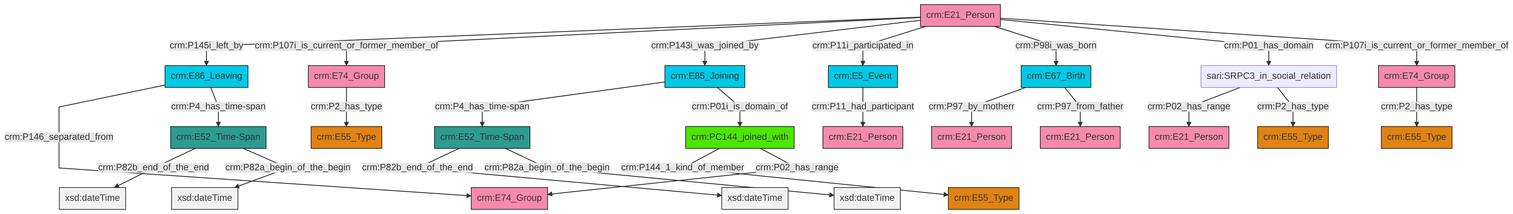
swiss-art-research-net/docs.swissartresearch keeps this Mermaid diagram as et/personCSV/ttl/mmd/png/Person_Actor_Relations.png. Above is the earlier version. Its source is kept beside it as et/personCSV/ttl/mmd/Person_Actor_Relations.ttl.mmd.
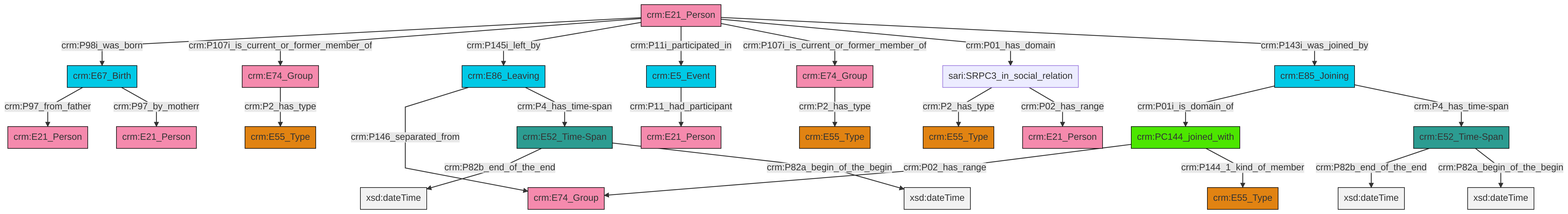
After the commit.

The edit, as a diff of the source:
```diff
@@ -13,27 +13,27 @@
 classDef PC_Classes fill:#4ce600, stroke:#000000;
 classDef Multi fill:#cccccc,stroke:#000000;
 
-0["crm:E52_Time-Span"]:::Time-Span -->|crm:P82b_end_of_the_end| 1[xsd:dateTime]:::Literal
-4["crm:E86_Leaving"]:::Temporal_Entity -->|crm:P146_separated_from| 5["crm:E74_Group"]:::Actor
-8["sari:SRPC3_in_social_relation"]:::Default -->|crm:P02_has_range| 6["crm:E21_Person"]:::Actor
-2["crm:E74_Group"]:::Actor -->|crm:P2_has_type| 14["crm:E55_Type"]:::Type
-20["crm:E21_Person"]:::Actor -->|crm:P145i_left_by| 4["crm:E86_Leaving"]:::Temporal_Entity
-21["crm:E74_Group"]:::Actor -->|crm:P2_has_type| 17["crm:E55_Type"]:::Type
-0["crm:E52_Time-Span"]:::Time-Span -->|crm:P82a_begin_of_the_begin| 22[xsd:dateTime]:::Literal
-20["crm:E21_Person"]:::Actor -->|crm:P107i_is_current_or_former_member_of| 2["crm:E74_Group"]:::Actor
-23["crm:PC144_joined_with"]:::PC_Classes -->|crm:P144_1_kind_of_member| 9["crm:E55_Type"]:::Type
-25["crm:E52_Time-Span"]:::Time-Span -->|crm:P82b_end_of_the_end| 27[xsd:dateTime]:::Literal
-28["crm:E85_Joining"]:::Temporal_Entity -->|crm:P4_has_time-span| 25["crm:E52_Time-Span"]:::Time-Span
-29["crm:E67_Birth"]:::Temporal_Entity -->|crm:P97_by_motherr| 30["crm:E21_Person"]:::Actor
-20["crm:E21_Person"]:::Actor -->|crm:P143i_was_joined_by| 28["crm:E85_Joining"]:::Temporal_Entity
-8["sari:SRPC3_in_social_relation"]:::Default -->|crm:P2_has_type| 37["crm:E55_Type"]:::Type
-25["crm:E52_Time-Span"]:::Time-Span -->|crm:P82a_begin_of_the_begin| 40[xsd:dateTime]:::Literal
-20["crm:E21_Person"]:::Actor -->|crm:P11i_participated_in| 15["crm:E5_Event"]:::Temporal_Entity
-4["crm:E86_Leaving"]:::Temporal_Entity -->|crm:P4_has_time-span| 0["crm:E52_Time-Span"]:::Time-Span
-20["crm:E21_Person"]:::Actor -->|crm:P98i_was_born| 29["crm:E67_Birth"]:::Temporal_Entity
-28["crm:E85_Joining"]:::Temporal_Entity -->|crm:P01i_is_domain_of| 23["crm:PC144_joined_with"]:::PC_Classes
-15["crm:E5_Event"]:::Temporal_Entity -->|crm:P11_had_participant| 43["crm:E21_Person"]:::Actor
-20["crm:E21_Person"]:::Actor -->|crm:P01_has_domain| 8["sari:SRPC3_in_social_relation"]:::Default
-20["crm:E21_Person"]:::Actor -->|crm:P107i_is_current_or_former_member_of| 21["crm:E74_Group"]:::Actor
-23["crm:PC144_joined_with"]:::PC_Classes -->|crm:P02_has_range| 5["crm:E74_Group"]:::Actor
-29["crm:E67_Birth"]:::Temporal_Entity -->|crm:P97_from_father| 38["crm:E21_Person"]:::Actor
+0["crm:E21_Person"]:::Actor -->|crm:P98i_was_born| 1["crm:E67_Birth"]:::Temporal_Entity
+8["crm:E85_Joining"]:::Temporal_Entity -->|crm:P01i_is_domain_of| 9["crm:PC144_joined_with"]:::PC_Classes
+0["crm:E21_Person"]:::Actor -->|crm:P107i_is_current_or_former_member_of| 11["crm:E74_Group"]:::Actor
+0["crm:E21_Person"]:::Actor -->|crm:P145i_left_by| 12["crm:E86_Leaving"]:::Temporal_Entity
+0["crm:E21_Person"]:::Actor -->|crm:P11i_participated_in| 6["crm:E5_Event"]:::Temporal_Entity
+9["crm:PC144_joined_with"]:::PC_Classes -->|crm:P02_has_range| 21["crm:E74_Group"]:::Actor
+6["crm:E5_Event"]:::Temporal_Entity -->|crm:P11_had_participant| 22["crm:E21_Person"]:::Actor
+23["crm:E52_Time-Span"]:::Time-Span -->|crm:P82b_end_of_the_end| 24[xsd:dateTime]:::Literal
+16["crm:E52_Time-Span"]:::Time-Span -->|crm:P82b_end_of_the_end| 25[xsd:dateTime]:::Literal
+1["crm:E67_Birth"]:::Temporal_Entity -->|crm:P97_from_father| 27["crm:E21_Person"]:::Actor
+12["crm:E86_Leaving"]:::Temporal_Entity -->|crm:P146_separated_from| 21["crm:E74_Group"]:::Actor
+0["crm:E21_Person"]:::Actor -->|crm:P107i_is_current_or_former_member_of| 28["crm:E74_Group"]:::Actor
+14["sari:SRPC3_in_social_relation"]:::Default -->|crm:P2_has_type| 29["crm:E55_Type"]:::Type
+12["crm:E86_Leaving"]:::Temporal_Entity -->|crm:P4_has_time-span| 16["crm:E52_Time-Span"]:::Time-Span
+0["crm:E21_Person"]:::Actor -->|crm:P01_has_domain| 14["sari:SRPC3_in_social_relation"]:::Default
+16["crm:E52_Time-Span"]:::Time-Span -->|crm:P82a_begin_of_the_begin| 30[xsd:dateTime]:::Literal
+8["crm:E85_Joining"]:::Temporal_Entity -->|crm:P4_has_time-span| 23["crm:E52_Time-Span"]:::Time-Span
+1["crm:E67_Birth"]:::Temporal_Entity -->|crm:P97_by_motherr| 33["crm:E21_Person"]:::Actor
+9["crm:PC144_joined_with"]:::PC_Classes -->|crm:P144_1_kind_of_member| 19["crm:E55_Type"]:::Type
+23["crm:E52_Time-Span"]:::Time-Span -->|crm:P82a_begin_of_the_begin| 36[xsd:dateTime]:::Literal
+28["crm:E74_Group"]:::Actor -->|crm:P2_has_type| 2["crm:E55_Type"]:::Type
+14["sari:SRPC3_in_social_relation"]:::Default -->|crm:P02_has_range| 37["crm:E21_Person"]:::Actor
+11["crm:E74_Group"]:::Actor -->|crm:P2_has_type| 4["crm:E55_Type"]:::Type
+0["crm:E21_Person"]:::Actor -->|crm:P143i_was_joined_by| 8["crm:E85_Joining"]:::Temporal_Entity
```
